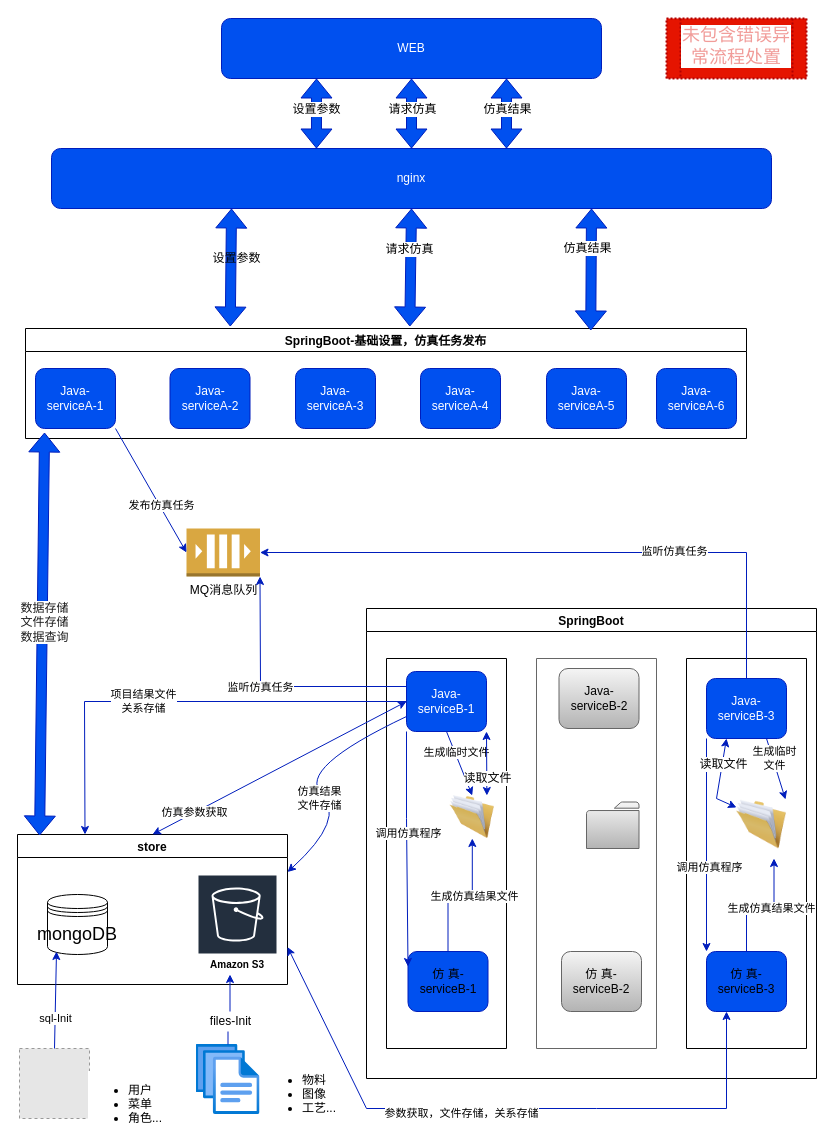
Before: doc/TechBusiness.drawio in yezhen701/VTCAD, a draw.io diagram. Source tidied: cells renumbered, new cells numbered last; positions are measured from the earlier drawing's top-left corner, leaving out a move shared by most shapes. Both pictures are drawn from the tidied source at 100%, with x=0, y=0 at pixel (17, 18). Pictures stored in the file or linked from it are replaced by grey dashed boxes.
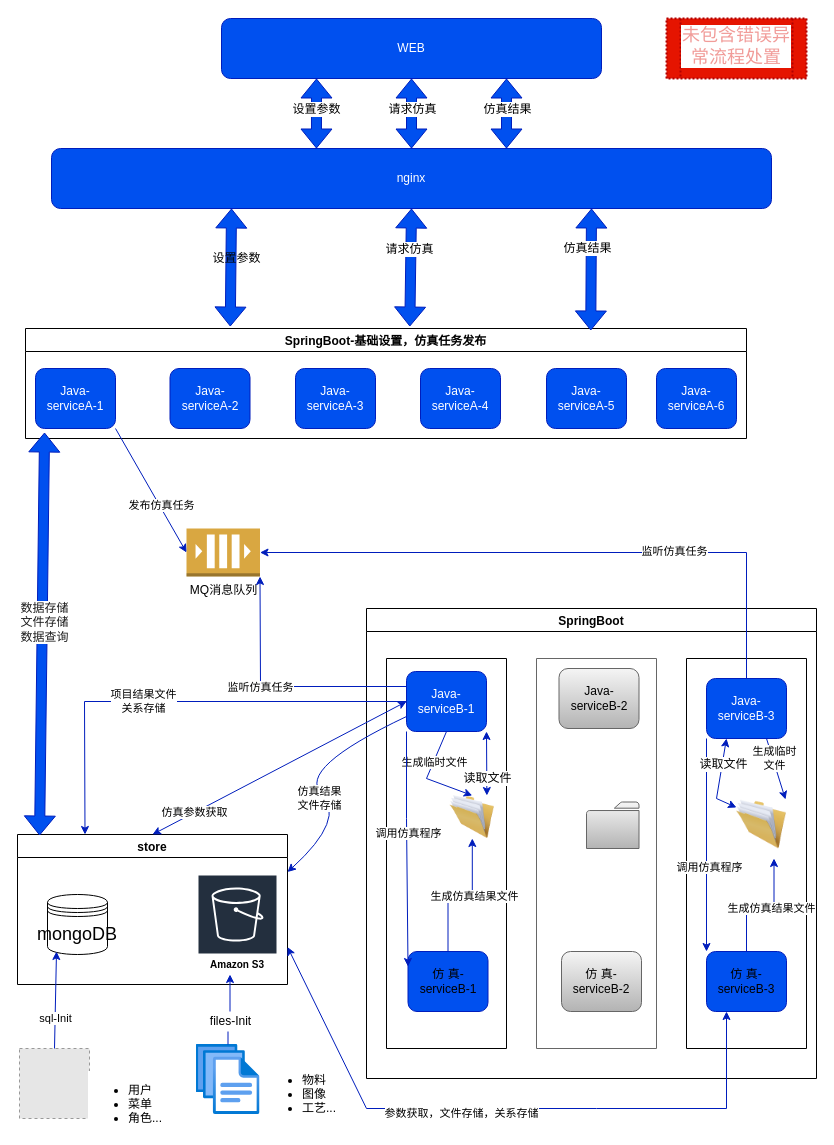
The same page after the edit.

The change refers to these unchanged cells:
```xml
<mxCell id="19" style="swimlane;startSize=0;fontColor=default;strokeColor=default;fillColor=default;" parent="14" vertex="1">
  <mxGeometry x="20" y="50" width="120" height="390" as="geometry" />
</mxCell>
<mxCell id="20" value="Java-serviceB-1" style="rounded=1;whiteSpace=wrap;html=1;fontColor=#ffffff;strokeColor=#001DBC;fillColor=#0050ef;" parent="19" vertex="1">
  <mxGeometry x="20" y="13" width="80" height="60" as="geometry" />
</mxCell>
<mxCell id="24" style="image;html=1;image=img/lib/clip_art/general/Full_Folder_128x128.png;shadow=0;dashed=0;labelBackgroundColor=#ffffff;fontColor=default;strokeColor=default;strokeWidth=2;fillColor=none;verticalAlign=top;" parent="19" vertex="1">
  <mxGeometry x="56.5" y="137" width="58.5" height="43" as="geometry" />
</mxCell>
```

Diff of the diagram source:
```diff
@@
     <mxCell id="25" style="endArrow=classic;html=1;rounded=0;labelBackgroundColor=default;fontColor=default;strokeColor=#001DBC;exitX=0.5;exitY=1;exitDx=0;exitDy=0;entryX=0.5;entryY=0;entryDx=0;entryDy=0;fillColor=#0050ef;" parent="19" edge="1" source="20" target="24">
-      <mxGeometry relative="1" as="geometry" />
+      <mxGeometry relative="1" as="geometry">
+        <Array as="points">
+          <mxPoint x="40" y="120" />
+        </Array>
+      </mxGeometry>
     </mxCell>
-    <mxCell id="26" value="生成临时文件" style="edgeLabel;html=1;align=center;verticalAlign=middle;fontColor=default;" parent="25" vertex="1">
+    <mxCell id="26" value="生成临时文件" style="edgeLabel;html=1;align=center;verticalAlign=middle;fontColor=default;labelBackgroundColor=default;" parent="25" vertex="1">
       <mxGeometry x="-0.34" y="1" relative="1" as="geometry" />
     </mxCell>
```
